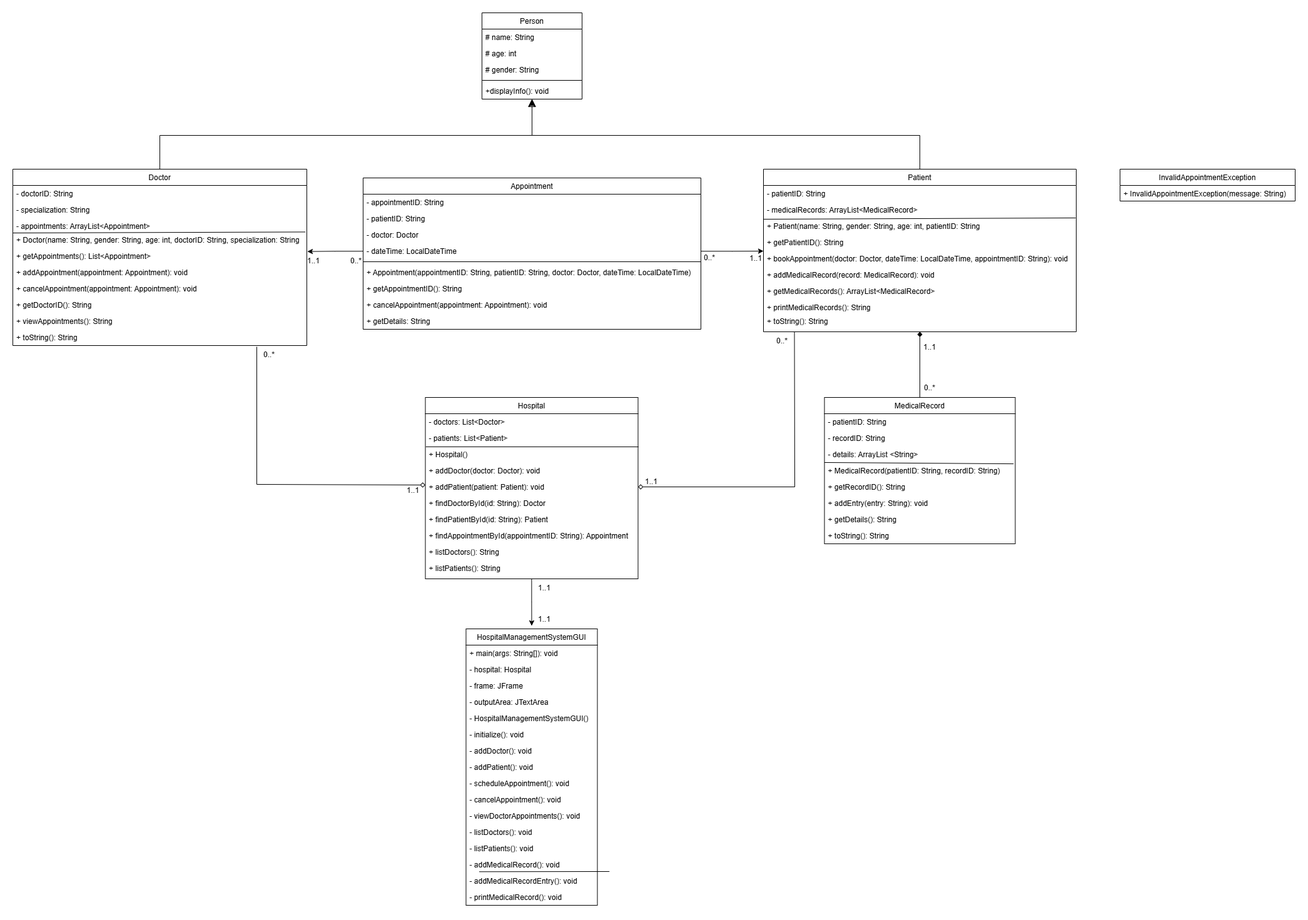
Before: img/ClassDiagram.png, a diagram exported from draw.io (tanyiya/HospitalAppointmentManagement). Source tidied: cells renumbered, new cells last; positions are measured from the earlier drawing's top-left corner, leaving out a move shared by most shapes.
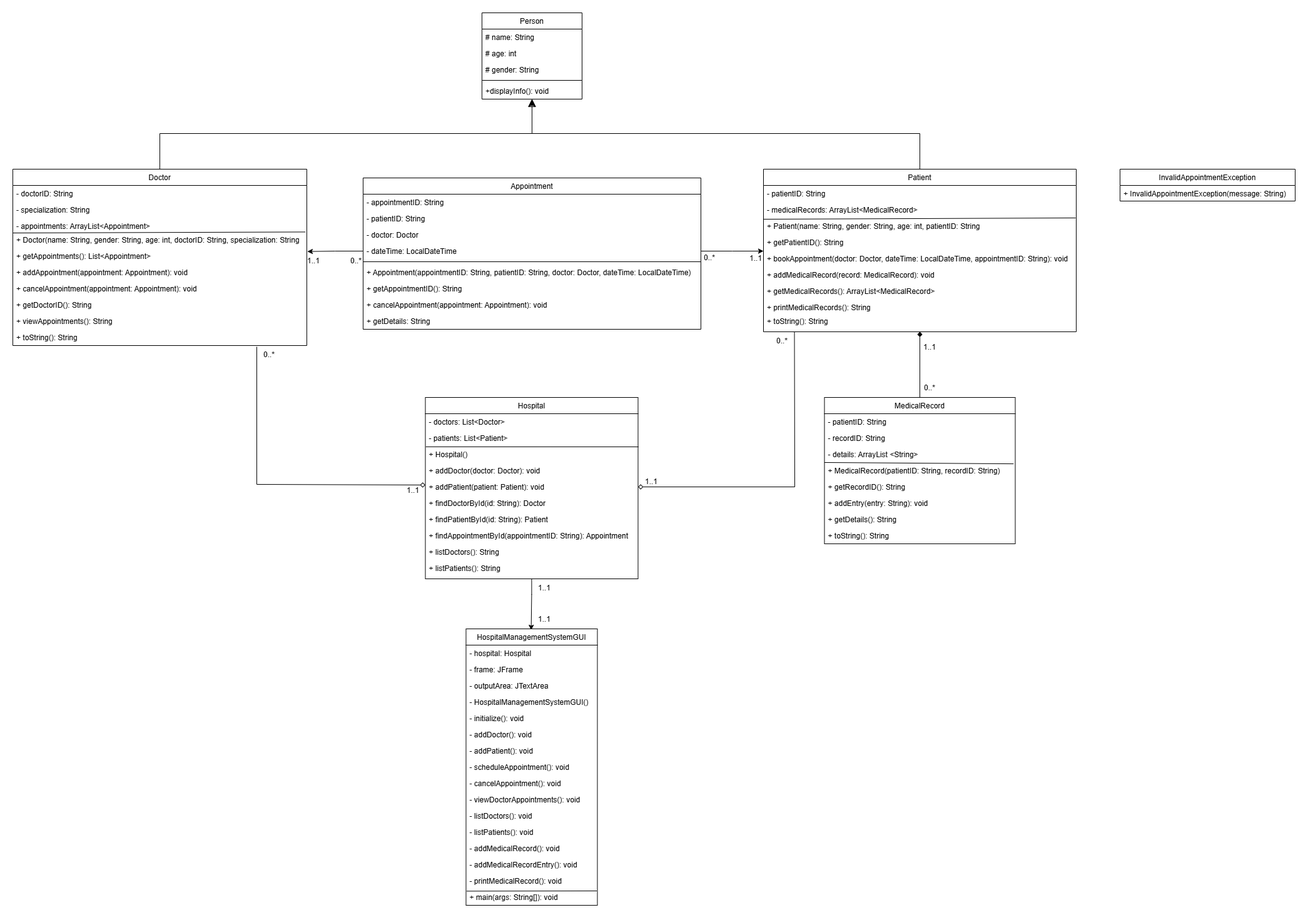
The same file after the commit.

Diff of the diagram source:
```diff
@@ -135,10 +135,8 @@
     <mxCell id="44" value="+ getDetails: String" style="text;align=left;verticalAlign=top;spacingLeft=4;spacingRight=4;overflow=hidden;" parent="35" vertex="1">
       <mxGeometry y="216" width="540" height="26" as="geometry" />
     </mxCell>
-    <mxCell id="45" style="edgeStyle=orthogonalEdgeStyle;rounded=0;jettySize=auto;html=1;entryX=0.5;entryY=0;entryDx=0;entryDy=0;" parent="1" edge="1" source="46">
-      <mxGeometry relative="1" as="geometry">
-        <mxPoint x="829.5" y="980" as="targetPoint" />
-      </mxGeometry>
+    <mxCell id="45" style="edgeStyle=orthogonalEdgeStyle;rounded=0;jettySize=auto;html=1;entryX=0.152;entryY=1.068;entryDx=0;entryDy=0;entryPerimeter=0;" parent="1" edge="1" source="46" target="97">
+      <mxGeometry relative="1" as="geometry" />
     </mxCell>
     <mxCell id="46" value="Hospital" style="swimlane;fontStyle=0;align=center;verticalAlign=top;horizontal=1;startSize=26;rounded=0;shadow=0;strokeWidth=1;" parent="1" vertex="1">
       <mxGeometry x="659.5" y="615" width="340" height="290" as="geometry" />
@@ -179,60 +177,60 @@
     <mxCell id="58" value="HospitalManagementSystemGUI" style="swimlane;fontStyle=0;align=center;verticalAlign=top;horizontal=1;startSize=26;rounded=0;shadow=0;strokeWidth=1;" parent="1" vertex="1">
       <mxGeometry x="724.5" y="985" width="210" height="442" as="geometry" />
     </mxCell>
-    <mxCell id="59" value="+ main(args: String[]): void" style="text;align=left;verticalAlign=top;spacingLeft=4;spacingRight=4;overflow=hidden;" parent="58" vertex="1">
-      <mxGeometry y="26" width="210" height="26" as="geometry" />
-    </mxCell>
     <mxCell id="60" value="- hospital: Hospital" style="text;align=left;verticalAlign=top;spacingLeft=4;spacingRight=4;overflow=hidden;" parent="58" vertex="1">
-      <mxGeometry y="52" width="210" height="26" as="geometry" />
+      <mxGeometry y="26" width="210" height="26" as="geometry" />
     </mxCell>
     <mxCell id="61" value="- frame: JFrame" style="text;align=left;verticalAlign=top;spacingLeft=4;spacingRight=4;overflow=hidden;rounded=0;shadow=0;html=0;" parent="58" vertex="1">
-      <mxGeometry y="78" width="210" height="26" as="geometry" />
+      <mxGeometry y="52" width="210" height="26" as="geometry" />
     </mxCell>
     <mxCell id="62" value="- outputArea: JTextArea" style="text;align=left;verticalAlign=top;spacingLeft=4;spacingRight=4;overflow=hidden;rounded=0;shadow=0;html=0;" parent="58" vertex="1">
-      <mxGeometry y="104" width="210" height="26" as="geometry" />
+      <mxGeometry y="78" width="210" height="26" as="geometry" />
     </mxCell>
     <mxCell id="63" value="- HospitalManagementSystemGUI()" style="text;align=left;verticalAlign=top;spacingLeft=4;spacingRight=4;overflow=hidden;rounded=0;shadow=0;html=0;" parent="58" vertex="1">
-      <mxGeometry y="130" width="210" height="26" as="geometry" />
+      <mxGeometry y="104" width="210" height="26" as="geometry" />
     </mxCell>
     <mxCell id="64" value="- initialize(): void" style="text;align=left;verticalAlign=top;spacingLeft=4;spacingRight=4;overflow=hidden;rounded=0;shadow=0;html=0;" parent="58" vertex="1">
-      <mxGeometry y="156" width="210" height="26" as="geometry" />
+      <mxGeometry y="130" width="210" height="26" as="geometry" />
     </mxCell>
     <mxCell id="65" value="- addDoctor(): void" style="text;align=left;verticalAlign=top;spacingLeft=4;spacingRight=4;overflow=hidden;" parent="58" vertex="1">
-      <mxGeometry y="182" width="210" height="26" as="geometry" />
+      <mxGeometry y="156" width="210" height="26" as="geometry" />
     </mxCell>
     <mxCell id="66" value="- addPatient(): void" style="text;align=left;verticalAlign=top;spacingLeft=4;spacingRight=4;overflow=hidden;" parent="58" vertex="1">
-      <mxGeometry y="208" width="210" height="26" as="geometry" />
+      <mxGeometry y="182" width="210" height="26" as="geometry" />
     </mxCell>
     <mxCell id="67" value="- scheduleAppointment(): void" style="text;align=left;verticalAlign=top;spacingLeft=4;spacingRight=4;overflow=hidden;" parent="58" vertex="1">
-      <mxGeometry y="234" width="210" height="26" as="geometry" />
+      <mxGeometry y="208" width="210" height="26" as="geometry" />
     </mxCell>
     <mxCell id="68" value="- cancelAppointment(): void" style="text;align=left;verticalAlign=top;spacingLeft=4;spacingRight=4;overflow=hidden;" parent="58" vertex="1">
-      <mxGeometry y="260" width="210" height="26" as="geometry" />
+      <mxGeometry y="234" width="210" height="26" as="geometry" />
     </mxCell>
     <mxCell id="69" value="- viewDoctorAppointments(): void" style="text;align=left;verticalAlign=top;spacingLeft=4;spacingRight=4;overflow=hidden;" parent="58" vertex="1">
-      <mxGeometry y="286" width="210" height="26" as="geometry" />
+      <mxGeometry y="260" width="210" height="26" as="geometry" />
     </mxCell>
     <mxCell id="70" value="- listDoctors(): void" style="text;align=left;verticalAlign=top;spacingLeft=4;spacingRight=4;overflow=hidden;" parent="58" vertex="1">
-      <mxGeometry y="312" width="210" height="26" as="geometry" />
+      <mxGeometry y="286" width="210" height="26" as="geometry" />
     </mxCell>
     <mxCell id="71" value="- listPatients(): void" style="text;align=left;verticalAlign=top;spacingLeft=4;spacingRight=4;overflow=hidden;" parent="58" vertex="1">
-      <mxGeometry y="338" width="210" height="26" as="geometry" />
+      <mxGeometry y="312" width="210" height="26" as="geometry" />
     </mxCell>
     <mxCell id="72" value="- addMedicalRecord(): void" style="text;align=left;verticalAlign=top;spacingLeft=4;spacingRight=4;overflow=hidden;" parent="58" vertex="1">
-      <mxGeometry y="364" width="210" height="26" as="geometry" />
+      <mxGeometry y="338" width="210" height="26" as="geometry" />
     </mxCell>
     <mxCell id="73" value="- addMedicalRecordEntry(): void" style="text;align=left;verticalAlign=top;spacingLeft=4;spacingRight=4;overflow=hidden;" parent="58" vertex="1">
-      <mxGeometry y="390" width="210" height="26" as="geometry" />
+      <mxGeometry y="364" width="210" height="26" as="geometry" />
     </mxCell>
     <mxCell id="74" value="- printMedicalRecord(): void" style="text;align=left;verticalAlign=top;spacingLeft=4;spacingRight=4;overflow=hidden;" parent="58" vertex="1">
-      <mxGeometry y="416" width="210" height="26" as="geometry" />
+      <mxGeometry y="390" width="210" height="26" as="geometry" />
     </mxCell>
     <mxCell id="75" style="endArrow=none;html=1;rounded=0;exitX=0.003;exitY=0.051;exitDx=0;exitDy=0;exitPerimeter=0;entryX=0.994;entryY=0.037;entryDx=0;entryDy=0;entryPerimeter=0;" parent="58" edge="1">
       <mxGeometry relative="1" as="geometry">
-        <mxPoint x="21.1" y="388.3" as="sourcePoint" />
-        <mxPoint x="229.2" y="388" as="targetPoint" />
+        <mxPoint x="1" y="419.4" as="sourcePoint" />
+        <mxPoint x="209.1" y="419" as="targetPoint" />
       </mxGeometry>
     </mxCell>
+    <mxCell id="59" value="+ main(args: String[]): void" style="text;align=left;verticalAlign=top;spacingLeft=4;spacingRight=4;overflow=hidden;" parent="58" vertex="1">
+      <mxGeometry y="416" width="210" height="26" as="geometry" />
+    </mxCell>
     <mxCell id="76" value="MedicalRecord" style="swimlane;fontStyle=0;align=center;verticalAlign=top;horizontal=1;startSize=26;rounded=0;shadow=0;strokeWidth=1;" parent="1" vertex="1">
       <mxGeometry x="1297.5" y="615" width="305" height="234" as="geometry" />
     </mxCell>
```
